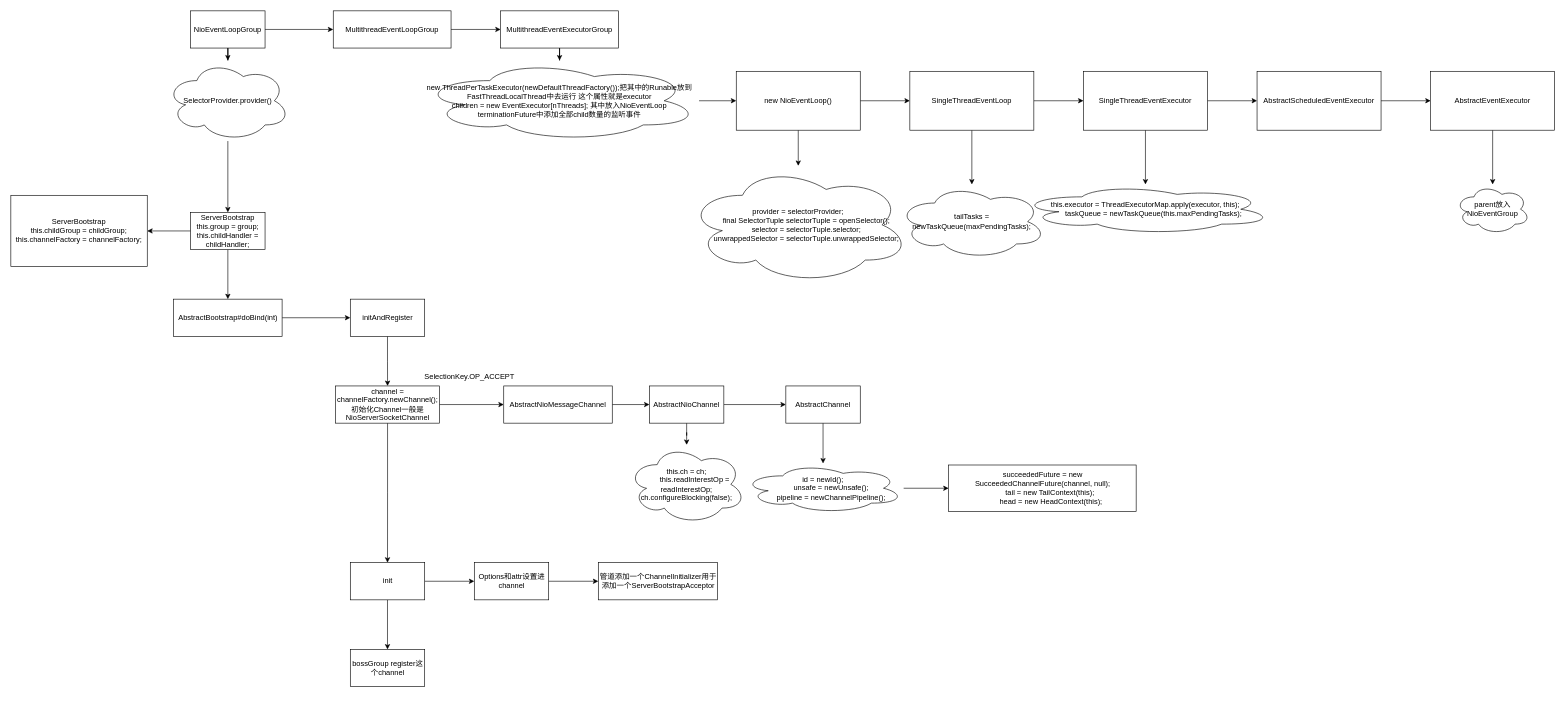
This is Netty.drawio from echohawkOuyang/NiceToMeetYou, a draw.io file, before an edit. Source tidied: cells renumbered, new cells numbered last; positions are measured from the earlier drawing's top-left corner, leaving out a move shared by most shapes. Both pictures are drawn from the tidied source at 62%, with x=0, y=0 at pixel (11, 11).
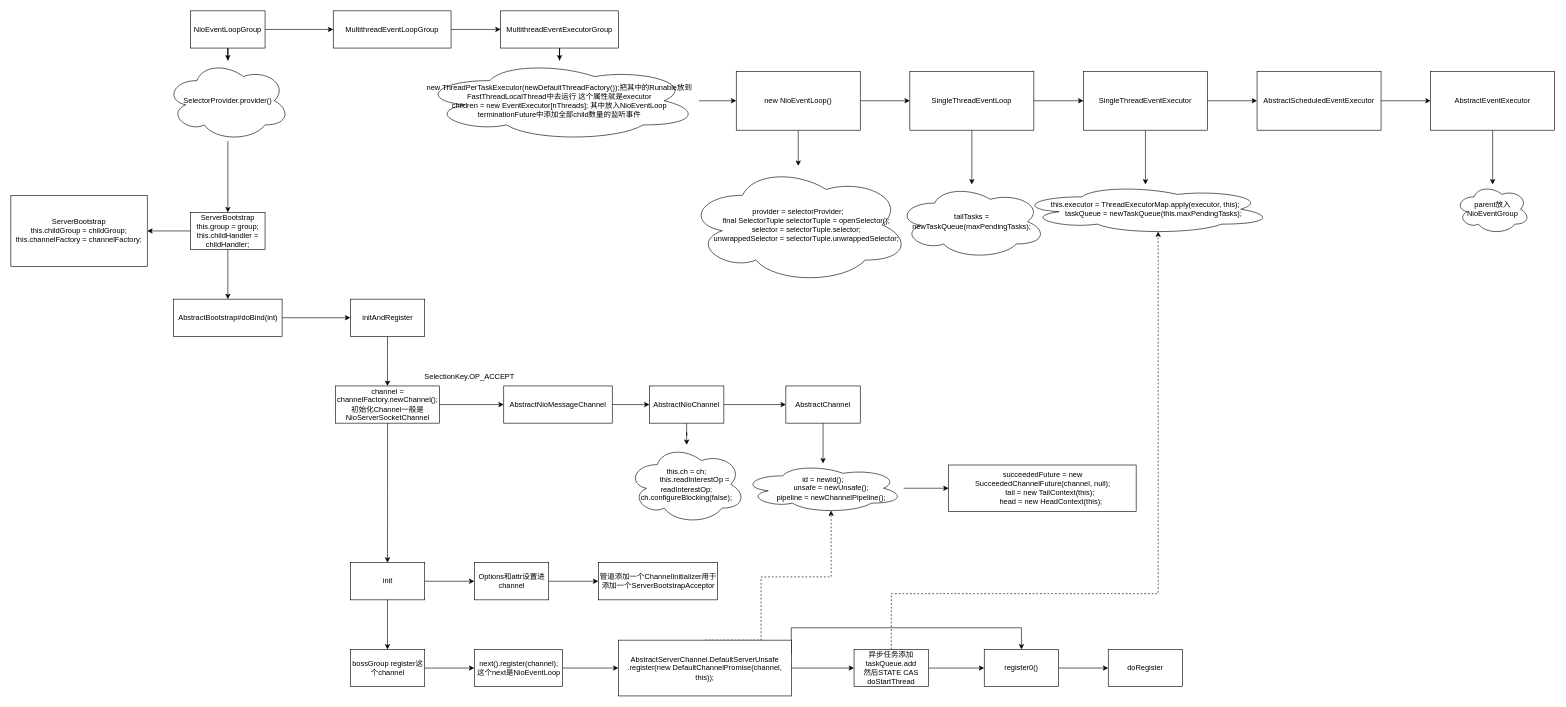
Above is the later version.

Unchanged cells that the change refers to:
```xml
<mxCell id="28" value="&lt;div&gt;this.executor = ThreadExecutorMap.apply(executor, this);&lt;/div&gt;&lt;div&gt;&amp;nbsp; &amp;nbsp; &amp;nbsp; &amp;nbsp; taskQueue = newTaskQueue(this.maxPendingTasks);&lt;/div&gt;" style="ellipse;shape=cloud;whiteSpace=wrap;html=1;rounded=0;" parent="1" vertex="1">
  <mxGeometry x="1625" y="280" width="410" height="80" as="geometry" />
</mxCell>
<mxCell id="46" value="&lt;div&gt;id = newId();&lt;/div&gt;&lt;div&gt;&amp;nbsp; &amp;nbsp; &amp;nbsp; &amp;nbsp; unsafe = newUnsafe();&lt;/div&gt;&lt;div&gt;&amp;nbsp; &amp;nbsp; &amp;nbsp; &amp;nbsp; pipeline = newChannelPipeline();&lt;/div&gt;" style="ellipse;shape=cloud;whiteSpace=wrap;html=1;rounded=0;" parent="1" vertex="1">
  <mxGeometry x="1180" y="730" width="260" height="80" as="geometry" />
</mxCell>
<mxCell id="59" value="bossGroup register这个channel" style="whiteSpace=wrap;html=1;rounded=0;" parent="1" vertex="1">
  <mxGeometry x="547.5" y="1030" width="120" height="60" as="geometry" />
</mxCell>
```

Diff of the diagram source:
```diff
@@
+    <mxCell id="60" style="edgeStyle=orthogonalEdgeStyle;rounded=0;jettySize=auto;html=1;" parent="1" edge="1" source="59" target="62">
+      <mxGeometry relative="1" as="geometry" />
+    </mxCell>
@@
+    <mxCell id="61" style="edgeStyle=orthogonalEdgeStyle;rounded=0;jettySize=auto;html=1;" parent="1" edge="1" source="62" target="66">
+      <mxGeometry relative="1" as="geometry" />
+    </mxCell>
+    <mxCell id="62" value="next().register(channel);&lt;br&gt;这个next是NioEventLoop" style="whiteSpace=wrap;html=1;rounded=0;" parent="1" vertex="1">
+      <mxGeometry x="747.5" y="1030" width="142.5" height="60" as="geometry" />
+    </mxCell>
+    <mxCell id="63" style="edgeStyle=orthogonalEdgeStyle;rounded=0;jettySize=auto;html=1;exitX=0.5;exitY=0;exitDx=0;exitDy=0;entryX=0.55;entryY=0.95;entryDx=0;entryDy=0;entryPerimeter=0;dashed=1;" parent="1" edge="1" source="66" target="46">
+      <mxGeometry relative="1" as="geometry">
+        <Array as="points">
+          <mxPoint x="1210" y="1015" />
+          <mxPoint x="1210" y="913" />
+          <mxPoint x="1323" y="913" />
+        </Array>
+      </mxGeometry>
+    </mxCell>
+    <mxCell id="64" style="edgeStyle=orthogonalEdgeStyle;rounded=0;jettySize=auto;html=1;" parent="1" edge="1" source="66" target="71">
+      <mxGeometry relative="1" as="geometry" />
+    </mxCell>
+    <mxCell id="65" style="edgeStyle=orthogonalEdgeStyle;rounded=0;jettySize=auto;html=1;exitX=1;exitY=0.25;exitDx=0;exitDy=0;entryX=0.5;entryY=0;entryDx=0;entryDy=0;" parent="1" edge="1" source="66" target="68">
+      <mxGeometry relative="1" as="geometry">
+        <Array as="points">
+          <mxPoint x="1259" y="995" />
+          <mxPoint x="1630" y="995" />
+        </Array>
+      </mxGeometry>
+    </mxCell>
+    <mxCell id="66" value="AbstractServerChannel.DefaultServerUnsafe&lt;br&gt;.register(new DefaultChannelPromise(channel, this));" style="whiteSpace=wrap;html=1;rounded=0;" parent="1" vertex="1">
+      <mxGeometry x="980" y="1015" width="278.8" height="90" as="geometry" />
+    </mxCell>
+    <mxCell id="67" style="edgeStyle=orthogonalEdgeStyle;rounded=0;jettySize=auto;html=1;" parent="1" edge="1" source="68" target="72">
+      <mxGeometry relative="1" as="geometry" />
+    </mxCell>
+    <mxCell id="68" value="register0()" style="whiteSpace=wrap;html=1;rounded=0;" parent="1" vertex="1">
+      <mxGeometry x="1570" y="1030" width="120" height="60" as="geometry" />
+    </mxCell>
+    <mxCell id="69" style="edgeStyle=orthogonalEdgeStyle;rounded=0;jettySize=auto;html=1;" parent="1" edge="1" source="71" target="68">
+      <mxGeometry relative="1" as="geometry" />
+    </mxCell>
+    <mxCell id="70" style="edgeStyle=orthogonalEdgeStyle;rounded=0;jettySize=auto;html=1;dashed=1;entryX=0.55;entryY=0.95;entryDx=0;entryDy=0;entryPerimeter=0;" parent="1" edge="1" source="71" target="28">
+      <mxGeometry relative="1" as="geometry">
+        <Array as="points">
+          <mxPoint x="1420" y="940" />
+          <mxPoint x="1851" y="940" />
+        </Array>
+      </mxGeometry>
+    </mxCell>
+    <mxCell id="71" value="异步任务添加taskQueue.add&lt;br&gt;然后STATE CAS&lt;br&gt;doStartThread" style="whiteSpace=wrap;html=1;rounded=0;" parent="1" vertex="1">
+      <mxGeometry x="1360" y="1030" width="120" height="60" as="geometry" />
+    </mxCell>
+    <mxCell id="72" value="doRegister" style="whiteSpace=wrap;html=1;rounded=0;" parent="1" vertex="1">
+      <mxGeometry x="1770" y="1030" width="120" height="60" as="geometry" />
+    </mxCell>
```
